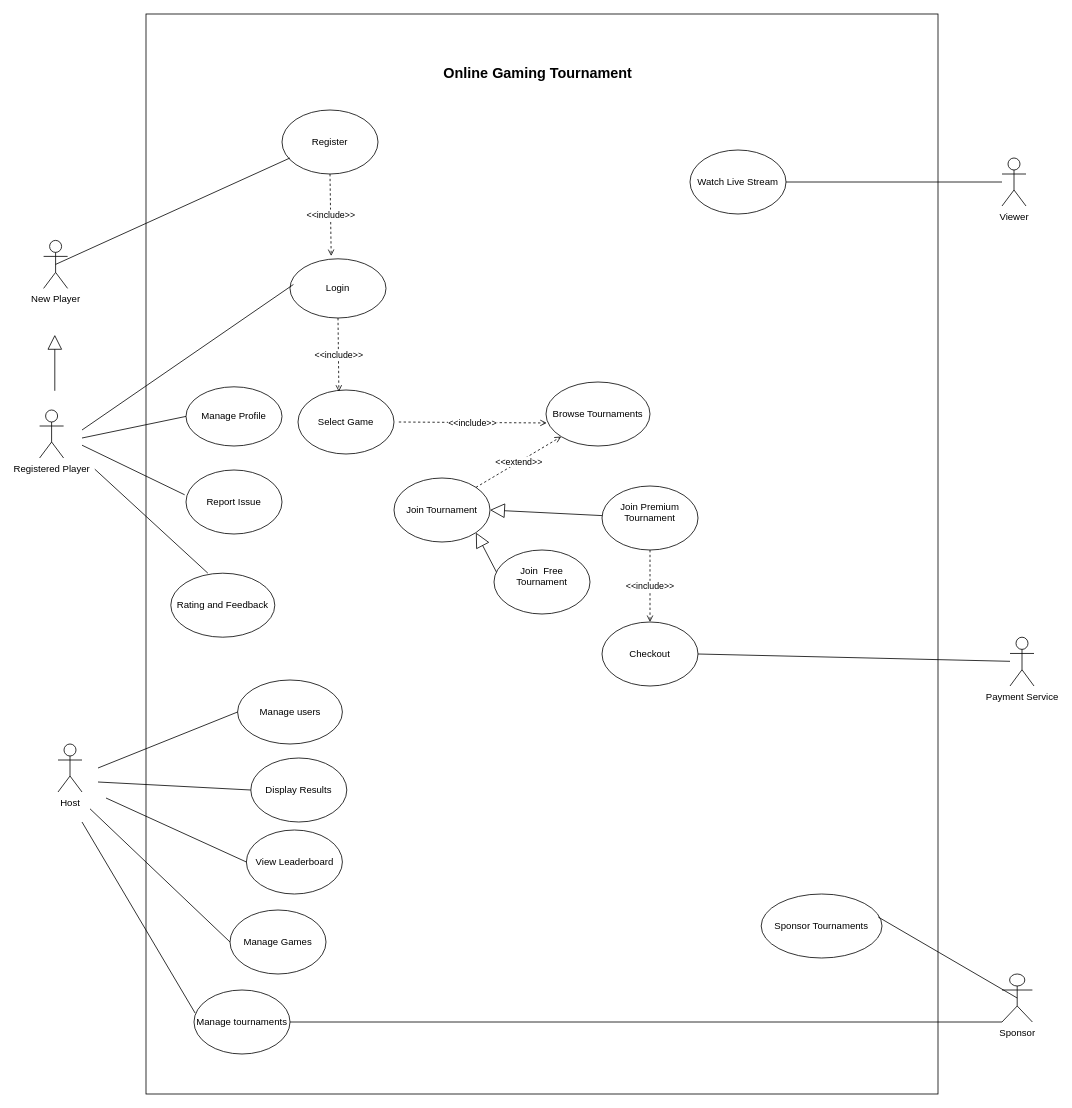
Tanvi-Ambre/Python keeps this draw.io diagram as GD_CW1.drawio. Above is the earlier version. Source tidied: cells renumbered, new cells numbered last; positions are measured from the earlier drawing's top-left corner, leaving out a move shared by most shapes. Both pictures are drawn from the tidied source at 80%, with x=0, y=0 at pixel (39, 14).
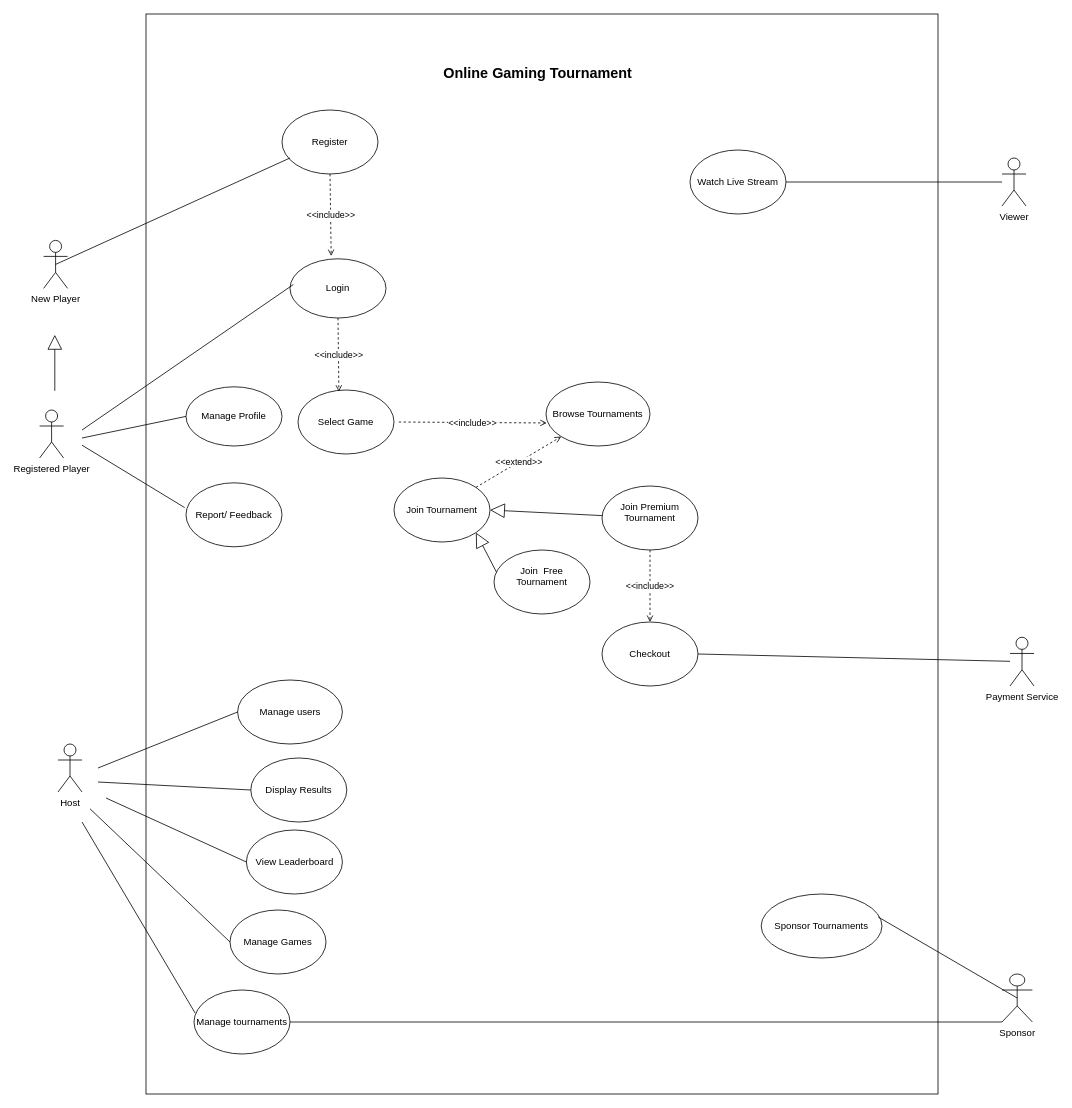
Above is the later version.

What changed in the source:
```diff
@@
-    <mxCell id="31" value="Report Issue" style="ellipse;whiteSpace=wrap;html=1;strokeWidth=1;" parent="1" vertex="1">
-      <mxGeometry x="183" y="570" width="120" height="80" as="geometry" />
+    <mxCell id="31" value="Report/ Feedback" style="ellipse;whiteSpace=wrap;html=1;strokeWidth=1;" parent="1" vertex="1">
+      <mxGeometry x="183" y="586" width="120" height="80" as="geometry" />
     </mxCell>
@@
-    <mxCell id="40" value="Rating and Feedback" style="ellipse;whiteSpace=wrap;html=1;strokeWidth=1;" parent="1" vertex="1">
-      <mxGeometry x="164" y="699" width="130" height="80" as="geometry" />
-    </mxCell>
@@
-    <mxCell id="46" style="endArrow=none;html=1;rounded=0;entryX=0.356;entryY=-0.001;entryDx=0;entryDy=0;entryPerimeter=0;" parent="1" edge="1" target="40">
-      <mxGeometry relative="1" as="geometry">
-        <mxPoint x="69" y="569" as="sourcePoint" />
-      </mxGeometry>
-    </mxCell>
```
